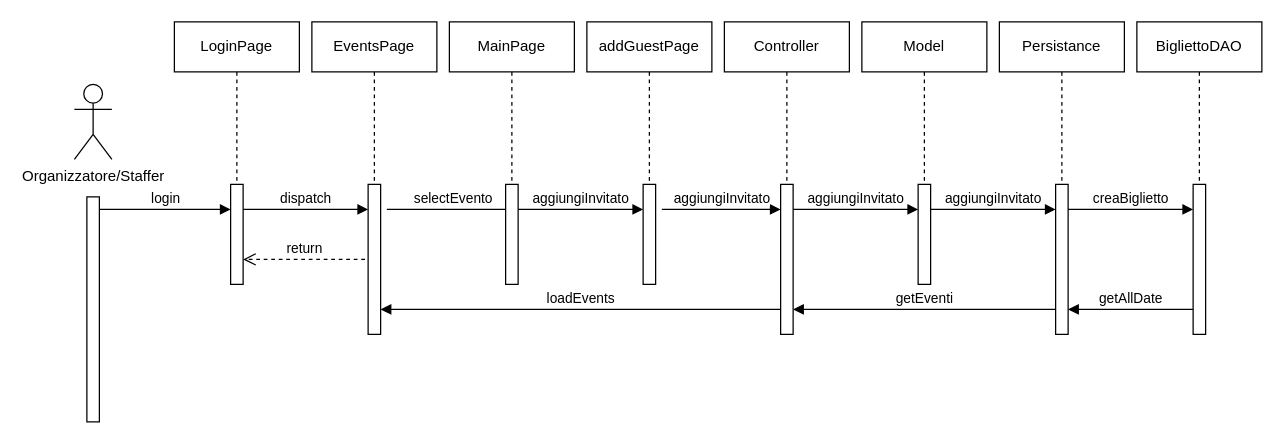
The draw.io diagram Documentazione/Diagrammi/Draw.io/6 - Diagramma di Sequenza - Aggiungi Invitato.drawio in IngSW-unipv/Progetto-H25, before the edit. Source tidied: cells renumbered, new cells numbered last; positions are measured from the earlier drawing's top-left corner, leaving out a move shared by most shapes. Both pictures are drawn from the tidied source at 125%, with x=0, y=0 at pixel (74, 21).
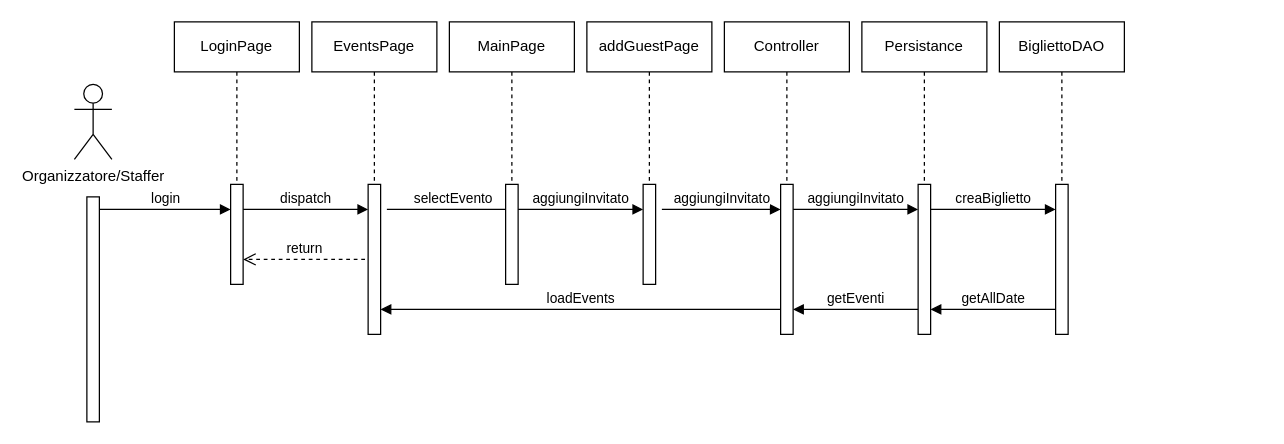
Above is the later version.

Unchanged cells that the change refers to:
```xml
<mxCell id="27" style="html=1;points=[[0,0,0,0,5],[0,1,0,0,-5],[1,0,0,0,5],[1,1,0,0,-5]];perimeter=orthogonalPerimeter;outlineConnect=0;targetShapes=umlLifeline;portConstraint=eastwest;newEdgeStyle={&quot;curved&quot;:0,&quot;rounded&quot;:0};" parent="25" vertex="1">
  <mxGeometry x="45" y="130" width="10" height="120" as="geometry" />
</mxCell>
<mxCell id="31" style="html=1;points=[[0,0,0,0,5],[0,1,0,0,-5],[1,0,0,0,5],[1,1,0,0,-5]];perimeter=orthogonalPerimeter;outlineConnect=0;targetShapes=umlLifeline;portConstraint=eastwest;newEdgeStyle={&quot;curved&quot;:0,&quot;rounded&quot;:0};" parent="29" vertex="1">
  <mxGeometry x="45" y="130" width="10" height="120" as="geometry" />
</mxCell>
```

Change to the diagram source:
```diff
@@
     <mxCell id="21" style="group;" parent="1" vertex="1">
-      <mxGeometry x="630" width="100" height="210" as="geometry" />
+      <mxGeometry x="630" width="210" height="280" as="geometry" />
     </mxCell>
-    <mxCell id="22" value="Model" style="shape=umlLifeline;perimeter=lifelinePerimeter;whiteSpace=wrap;html=1;newEdgeStyle={&quot;edgeStyle&quot;:&quot;elbowEdgeStyle&quot;,&quot;elbow&quot;:&quot;vertical&quot;,&quot;curved&quot;:0,&quot;rounded&quot;:0};" parent="21" vertex="1">
-      <mxGeometry width="100" height="210" as="geometry" />
-    </mxCell>
-    <mxCell id="23" style="html=1;perimeter=orthogonalPerimeter;targetShapes=umlLifeline;newEdgeStyle={&quot;curved&quot;:0,&quot;rounded&quot;:0};" parent="21" vertex="1">
-      <mxGeometry x="45" y="130" width="10" height="80" as="geometry" />
-    </mxCell>
@@
-    <mxCell id="25" style="group;" parent="1" vertex="1">
-      <mxGeometry x="740" width="100" height="280" as="geometry" />
+    <mxCell id="25" style="group;" parent="21" vertex="1">
+      <mxGeometry width="100" height="280" as="geometry" />
     </mxCell>
@@
-    <mxCell id="28" value="aggiungiInvitato" style="html=1;verticalAlign=bottom;endArrow=block;edgeStyle=elbowEdgeStyle;elbow=vertical;curved=0;rounded=0;" parent="25" edge="1">
-      <mxGeometry relative="1" as="geometry">
-        <mxPoint x="-55" y="150" as="sourcePoint" />
-        <mxPoint x="45" y="150" as="targetPoint" />
-        <Array as="points">
-          <mxPoint y="150" />
-        </Array>
-      </mxGeometry>
-    </mxCell>
-    <mxCell id="29" style="group;" parent="1" vertex="1">
-      <mxGeometry x="850" width="100" height="270" as="geometry" />
+    <mxCell id="29" style="group;" parent="21" vertex="1">
+      <mxGeometry x="110" width="100" height="270" as="geometry" />
     </mxCell>
@@
+    <mxCell id="35" value="getAllDate" style="html=1;verticalAlign=bottom;endArrow=block;edgeStyle=elbowEdgeStyle;elbow=vertical;curved=0;rounded=0;" parent="21" edge="1" source="31" target="27">
+      <mxGeometry relative="1" as="geometry">
+        <Array as="points">
+          <mxPoint x="110" y="230" />
+        </Array>
+      </mxGeometry>
+    </mxCell>
@@
-    <mxCell id="35" value="getAllDate" style="html=1;verticalAlign=bottom;endArrow=block;edgeStyle=elbowEdgeStyle;elbow=vertical;curved=0;rounded=0;" parent="1" edge="1" source="31" target="27">
-      <mxGeometry relative="1" as="geometry">
-        <Array as="points">
-          <mxPoint x="850" y="230" />
-        </Array>
-      </mxGeometry>
-    </mxCell>
```
